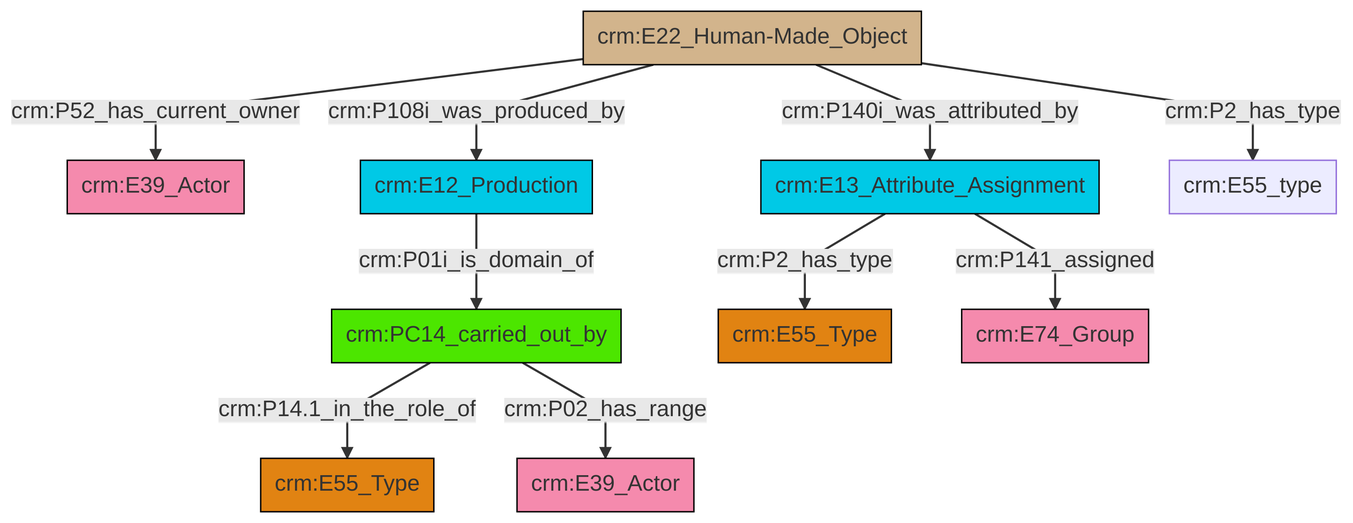
Above: et/builtWorkCSV/ttl/mmd/png/Built_Work_actor_relations.png in swiss-art-research-net/docs.swissartresearch (Mermaid), before the change. Its source is kept beside it as et/builtWorkCSV/ttl/mmd/Built_Work_actor_relations.ttl.mmd.
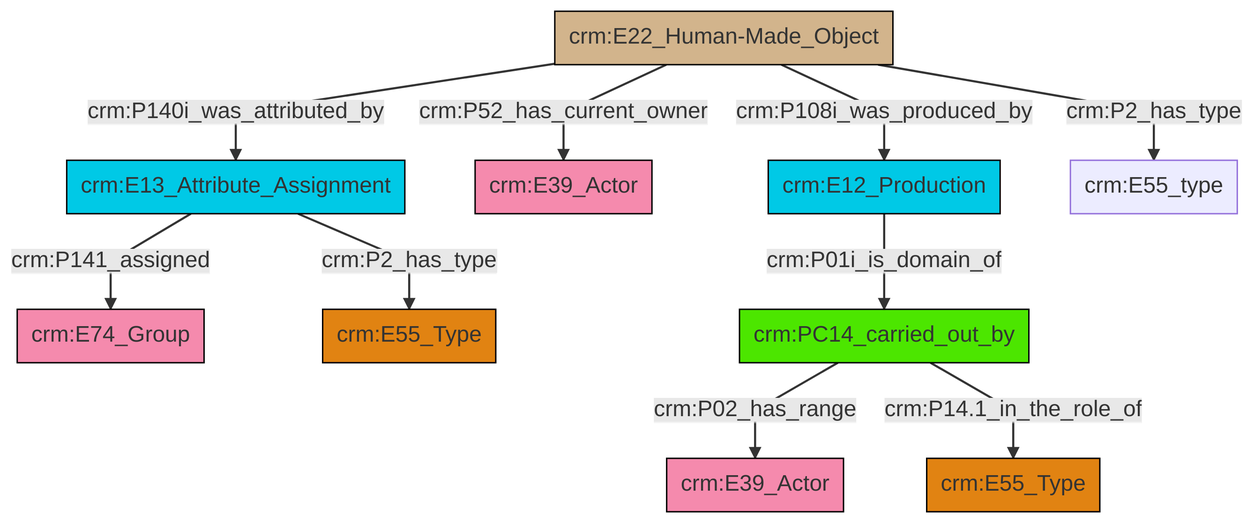
The same file after the commit.

Diff of the diagram source:
```diff
@@ -13,12 +13,12 @@
 classDef PC_Classes fill:#4ce600, stroke:#000000;
 classDef Multi fill:#cccccc,stroke:#000000;
 
-4["crm:PC14_carried_out_by"]:::PC_Classes -->|crm:P14.1_in_the_role_of| 5["crm:E55_Type"]:::Type
-6["crm:E22_Human-Made_Object"]:::Physical_Thing -->|crm:P52_has_current_owner| 7["crm:E39_Actor"]:::Actor
-9["crm:E13_Attribute_Assignment"]:::Temporal_Entity -->|crm:P2_has_type| 2["crm:E55_Type"]:::Type
-6["crm:E22_Human-Made_Object"]:::Physical_Thing -->|crm:P108i_was_produced_by| 0["crm:E12_Production"]:::Temporal_Entity
-6["crm:E22_Human-Made_Object"]:::Physical_Thing -->|crm:P140i_was_attributed_by| 9["crm:E13_Attribute_Assignment"]:::Temporal_Entity
-6["crm:E22_Human-Made_Object"]:::Physical_Thing -->|crm:P2_has_type| 12["crm:E55_type"]:::Default
-9["crm:E13_Attribute_Assignment"]:::Temporal_Entity -->|crm:P141_assigned| 15["crm:E74_Group"]:::Actor
-4["crm:PC14_carried_out_by"]:::PC_Classes -->|crm:P02_has_range| 18["crm:E39_Actor"]:::Actor
-0["crm:E12_Production"]:::Temporal_Entity -->|crm:P01i_is_domain_of| 4["crm:PC14_carried_out_by"]:::PC_Classes
+2["crm:E22_Human-Made_Object"]:::Physical_Thing -->|crm:P140i_was_attributed_by| 3["crm:E13_Attribute_Assignment"]:::Temporal_Entity
+2["crm:E22_Human-Made_Object"]:::Physical_Thing -->|crm:P52_has_current_owner| 4["crm:E39_Actor"]:::Actor
+7["crm:E12_Production"]:::Temporal_Entity -->|crm:P01i_is_domain_of| 8["crm:PC14_carried_out_by"]:::PC_Classes
+3["crm:E13_Attribute_Assignment"]:::Temporal_Entity -->|crm:P141_assigned| 0["crm:E74_Group"]:::Actor
+3["crm:E13_Attribute_Assignment"]:::Temporal_Entity -->|crm:P2_has_type| 5["crm:E55_Type"]:::Type
+8["crm:PC14_carried_out_by"]:::PC_Classes -->|crm:P02_has_range| 12["crm:E39_Actor"]:::Actor
+8["crm:PC14_carried_out_by"]:::PC_Classes -->|crm:P14.1_in_the_role_of| 15["crm:E55_Type"]:::Type
+2["crm:E22_Human-Made_Object"]:::Physical_Thing -->|crm:P108i_was_produced_by| 7["crm:E12_Production"]:::Temporal_Entity
+2["crm:E22_Human-Made_Object"]:::Physical_Thing -->|crm:P2_has_type| 18["crm:E55_type"]:::Default
```
